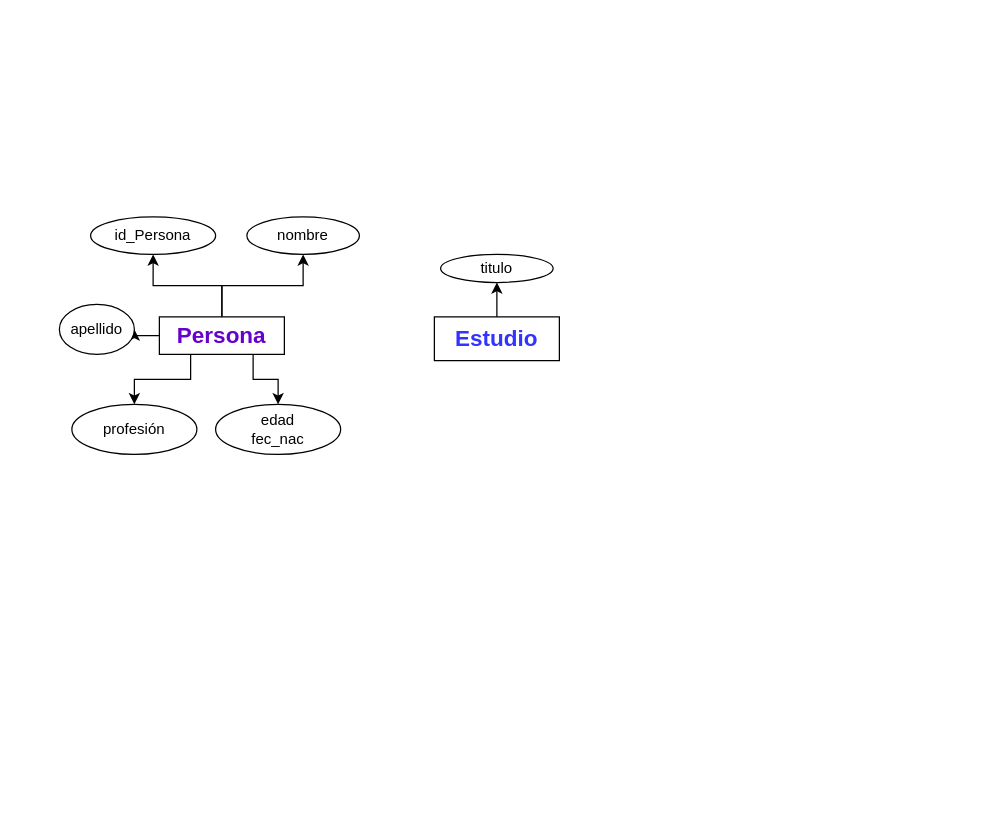
Above: Untitled Diagram.drawio in dhtarnowski/Portfolio (draw.io), before the change. Source tidied: cells renumbered, new cells numbered last; positions are measured from the earlier drawing's top-left corner, leaving out a move shared by most shapes. Both pictures are drawn from the tidied source at 125%, with x=0, y=0 at pixel (59, 216).
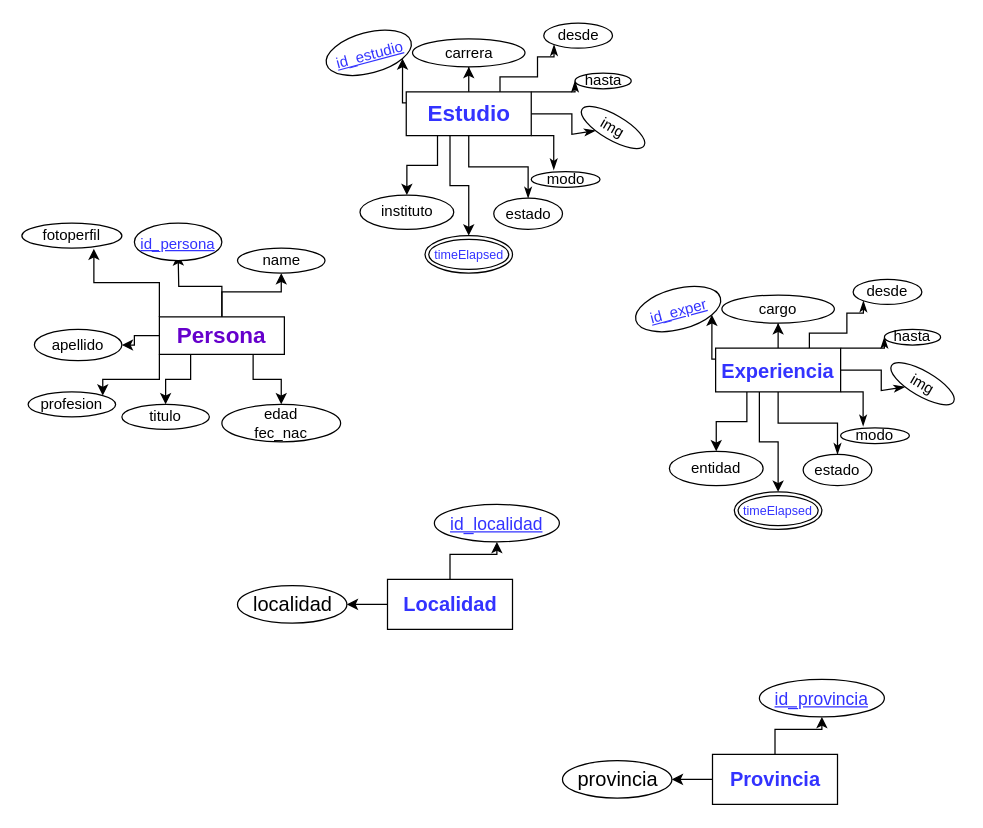
Above is the later version.

Unchanged cells that the change refers to:
```xml
<mxCell id="7" value="&lt;h2&gt;&lt;font color=&quot;#6600cc&quot;&gt;Persona&lt;/font&gt;&lt;/h2&gt;" style="whiteSpace=wrap;html=1;align=center;" parent="1" vertex="1">
  <mxGeometry x="80" y="80" width="100" height="30" as="geometry" />
</mxCell>
```

Diff of the diagram source:
```diff
@@
-    <mxCell id="2" style="edgeStyle=orthogonalEdgeStyle;rounded=0;jettySize=auto;html=1;fontColor=#6600CC;" parent="1" edge="1" source="7" target="8">
-      <mxGeometry relative="1" as="geometry" />
+    <mxCell id="2" style="edgeStyle=orthogonalEdgeStyle;rounded=0;jettySize=auto;html=1;fontColor=#6600CC;" parent="1" edge="1" source="7">
+      <mxGeometry relative="1" as="geometry">
+        <mxPoint x="95" y="30" as="targetPoint" />
+      </mxGeometry>
     </mxCell>
@@
+    <mxCell id="16" style="edgeStyle=orthogonalEdgeStyle;rounded=0;jettySize=auto;html=1;exitX=0;exitY=0;exitDx=0;exitDy=0;entryX=0.72;entryY=1.028;entryDx=0;entryDy=0;entryPerimeter=0;fontSize=18;fontColor=#3333FF;" parent="1" edge="1" source="7" target="24">
+      <mxGeometry relative="1" as="geometry" />
+    </mxCell>
+    <mxCell id="17" style="edgeStyle=orthogonalEdgeStyle;rounded=0;jettySize=auto;html=1;exitX=0;exitY=1;exitDx=0;exitDy=0;entryX=1;entryY=0;entryDx=0;entryDy=0;fontSize=18;fontColor=#3333FF;" parent="1" edge="1" source="7" target="25">
+      <mxGeometry relative="1" as="geometry">
+        <Array as="points">
+          <mxPoint x="80" y="130" />
+          <mxPoint x="35" y="130" />
+        </Array>
+      </mxGeometry>
+    </mxCell>
@@
-    <mxCell id="8" value="id_Persona" style="ellipse;whiteSpace=wrap;html=1;" parent="1" vertex="1">
-      <mxGeometry x="25" width="100" height="30" as="geometry" />
-    </mxCell>
-    <mxCell id="9" value="nombre" style="ellipse;whiteSpace=wrap;html=1;" parent="1" vertex="1">
-      <mxGeometry x="150" width="90" height="30" as="geometry" />
+    <mxCell id="9" value="name" style="ellipse;whiteSpace=wrap;html=1;" parent="1" vertex="1">
+      <mxGeometry x="142.5" y="25" width="70" height="20" as="geometry" />
     </mxCell>
     <mxCell id="10" value="apellido" style="ellipse;whiteSpace=wrap;html=1;" parent="1" vertex="1">
-      <mxGeometry y="70" width="60" height="40" as="geometry" />
+      <mxGeometry x="-20" y="90" width="70" height="25" as="geometry" />
     </mxCell>
-    <mxCell id="11" value="&lt;font color=&quot;#000000&quot;&gt;profesión&lt;/font&gt;" style="ellipse;whiteSpace=wrap;html=1;align=center;fontColor=#6600CC;" parent="1" vertex="1">
-      <mxGeometry x="10" y="150" width="100" height="40" as="geometry" />
+    <mxCell id="11" value="&lt;font color=&quot;#000000&quot;&gt;titulo&lt;/font&gt;" style="ellipse;whiteSpace=wrap;html=1;align=center;fontColor=#6600CC;" parent="1" vertex="1">
+      <mxGeometry x="50" y="150" width="70" height="20" as="geometry" />
     </mxCell>
     <mxCell id="12" value="edad&lt;br&gt;fec_nac" style="ellipse;whiteSpace=wrap;html=1;align=center;fontColor=#000000;" parent="1" vertex="1">
-      <mxGeometry x="125" y="150" width="100" height="40" as="geometry" />
+      <mxGeometry x="130" y="150" width="95" height="30" as="geometry" />
     </mxCell>
@@
+    <mxCell id="18" style="edgeStyle=orthogonalEdgeStyle;rounded=0;jettySize=auto;html=1;exitX=0;exitY=0.25;exitDx=0;exitDy=0;entryX=1;entryY=1;entryDx=0;entryDy=0;fontSize=12;fontColor=#3333FF;" parent="1" edge="1" source="14" target="28">
+      <mxGeometry relative="1" as="geometry" />
+    </mxCell>
+    <mxCell id="19" style="edgeStyle=orthogonalEdgeStyle;rounded=0;jettySize=auto;html=1;exitX=0.25;exitY=1;exitDx=0;exitDy=0;fontSize=12;fontColor=#3333FF;" parent="1" edge="1" source="14" target="26">
+      <mxGeometry relative="1" as="geometry" />
+    </mxCell>
+    <mxCell id="20" style="edgeStyle=orthogonalEdgeStyle;rounded=0;jettySize=auto;html=1;fontSize=12;fontColor=#3333FF;startArrow=none;startFill=0;endArrow=classicThin;endFill=1;" parent="1" edge="1" source="14" target="31">
+      <mxGeometry relative="1" as="geometry" />
+    </mxCell>
+    <mxCell id="21" style="edgeStyle=orthogonalEdgeStyle;rounded=0;jettySize=auto;html=1;exitX=0.75;exitY=0;exitDx=0;exitDy=0;fontSize=12;fontColor=#3333FF;startArrow=none;startFill=0;endArrow=classicThin;endFill=1;entryX=0;entryY=1;entryDx=0;entryDy=0;" parent="1" edge="1" source="14" target="32">
+      <mxGeometry relative="1" as="geometry">
+        <Array as="points">
+          <mxPoint x="352.5" y="-112" />
+          <mxPoint x="382.5" y="-112" />
+          <mxPoint x="382.5" y="-128" />
+        </Array>
+      </mxGeometry>
+    </mxCell>
+    <mxCell id="22" style="edgeStyle=orthogonalEdgeStyle;rounded=0;jettySize=auto;html=1;exitX=1;exitY=0;exitDx=0;exitDy=0;entryX=0;entryY=0.5;entryDx=0;entryDy=0;fontSize=12;fontColor=#3333FF;startArrow=none;startFill=0;endArrow=classicThin;endFill=1;" parent="1" edge="1" source="14" target="33">
+      <mxGeometry relative="1" as="geometry" />
+    </mxCell>
+    <mxCell id="23" style="edgeStyle=orthogonalEdgeStyle;rounded=0;jettySize=auto;html=1;exitX=1;exitY=1;exitDx=0;exitDy=0;entryX=0.327;entryY=-0.115;entryDx=0;entryDy=0;entryPerimeter=0;fontSize=12;fontColor=#3333FF;startArrow=none;startFill=0;endArrow=classicThin;endFill=1;" parent="1" edge="1" source="14" target="34">
+      <mxGeometry relative="1" as="geometry" />
+    </mxCell>
     <mxCell id="14" value="&lt;font color=&quot;#3333ff&quot; style=&quot;font-size: 18px&quot;&gt;&lt;b&gt;Estudio&lt;/b&gt;&lt;/font&gt;" style="whiteSpace=wrap;html=1;align=center;fontColor=#000000;" parent="1" vertex="1">
-      <mxGeometry x="300" y="80" width="100" height="35" as="geometry" />
+      <mxGeometry x="277.5" y="-100" width="100" height="35" as="geometry" />
     </mxCell>
-    <mxCell id="15" value="titulo" style="ellipse;whiteSpace=wrap;html=1;fontColor=#000000;" parent="1" vertex="1">
-      <mxGeometry x="305" y="30" width="90" height="22.5" as="geometry" />
+    <mxCell id="15" value="carrera" style="ellipse;whiteSpace=wrap;html=1;fontColor=#000000;" parent="1" vertex="1">
+      <mxGeometry x="282.5" y="-142.5" width="90" height="22.5" as="geometry" />
     </mxCell>
+    <mxCell id="24" value="fotoperfil" style="ellipse;whiteSpace=wrap;html=1;" parent="1" vertex="1">
+      <mxGeometry x="-30" y="5" width="80" height="20" as="geometry" />
+    </mxCell>
+    <mxCell id="25" value="&lt;font color=&quot;#000000&quot;&gt;profesion&lt;/font&gt;" style="ellipse;whiteSpace=wrap;html=1;align=center;fontColor=#6600CC;" parent="1" vertex="1">
+      <mxGeometry x="-25" y="140" width="70" height="20" as="geometry" />
+    </mxCell>
+    <mxCell id="26" value="instituto" style="ellipse;whiteSpace=wrap;html=1;fontColor=#000000;" parent="1" vertex="1">
+      <mxGeometry x="240.5" y="-17.5" width="75" height="27.5" as="geometry" />
+    </mxCell>
+    <mxCell id="27" value="&lt;font style=&quot;font-size: 12px&quot;&gt;id_persona&lt;/font&gt;" style="ellipse;whiteSpace=wrap;html=1;align=center;fontStyle=4;fontSize=18;fontColor=#3333FF;" parent="1" vertex="1">
+      <mxGeometry x="60" y="5" width="70" height="30" as="geometry" />
+    </mxCell>
+    <mxCell id="28" value="&lt;font style=&quot;font-size: 12px&quot;&gt;id_estudio&lt;/font&gt;" style="ellipse;whiteSpace=wrap;html=1;align=center;fontStyle=4;fontSize=18;fontColor=#3333FF;rotation=-15;" parent="1" vertex="1">
+      <mxGeometry x="212.5" y="-147.5" width="70" height="32.5" as="geometry" />
+    </mxCell>
+    <mxCell id="29" value="img" style="ellipse;whiteSpace=wrap;html=1;fontColor=#000000;rotation=30;" parent="1" vertex="1">
+      <mxGeometry x="414.2" y="-81.5" width="57.5" height="20" as="geometry" />
+    </mxCell>
+    <mxCell id="30" style="edgeStyle=orthogonalEdgeStyle;rounded=0;jettySize=auto;html=1;exitX=1;exitY=0.5;exitDx=0;exitDy=0;fontSize=12;fontColor=#3333FF;endArrow=classicThin;startArrow=none;startFill=0;endFill=1;" parent="1" edge="1" source="14" target="29">
+      <mxGeometry relative="1" as="geometry">
+        <Array as="points">
+          <mxPoint x="410" y="-82" />
+          <mxPoint x="410" y="-66" />
+        </Array>
+      </mxGeometry>
+    </mxCell>
+    <mxCell id="31" value="estado" style="ellipse;whiteSpace=wrap;html=1;fontColor=#000000;" parent="1" vertex="1">
+      <mxGeometry x="347.5" y="-15" width="55" height="25" as="geometry" />
+    </mxCell>
+    <mxCell id="32" value="desde" style="ellipse;whiteSpace=wrap;html=1;fontColor=#000000;" parent="1" vertex="1">
+      <mxGeometry x="387.5" y="-155" width="55" height="20" as="geometry" />
+    </mxCell>
+    <mxCell id="33" value="hasta" style="ellipse;whiteSpace=wrap;html=1;fontColor=#000000;" parent="1" vertex="1">
+      <mxGeometry x="412.5" y="-115" width="45" height="12.5" as="geometry" />
+    </mxCell>
+    <mxCell id="34" value="modo" style="ellipse;whiteSpace=wrap;html=1;fontColor=#000000;" parent="1" vertex="1">
+      <mxGeometry x="377.5" y="-36.2" width="55" height="12.5" as="geometry" />
+    </mxCell>
+    <mxCell id="35" style="edgeStyle=orthogonalEdgeStyle;rounded=0;jettySize=auto;html=1;exitX=0.5;exitY=0;exitDx=0;exitDy=0;entryX=0.35;entryY=1;entryDx=0;entryDy=0;entryPerimeter=0;fontSize=10;fontColor=#3333FF;startArrow=classic;startFill=1;endArrow=none;endFill=0;" parent="1" edge="1" source="36" target="14">
+      <mxGeometry relative="1" as="geometry" />
+    </mxCell>
+    <mxCell id="36" value="&lt;font style=&quot;font-size: 10px&quot;&gt;timeElapsed&lt;/font&gt;" style="ellipse;shape=doubleEllipse;margin=3;whiteSpace=wrap;html=1;align=center;fontSize=12;fontColor=#3333FF;" parent="1" vertex="1">
+      <mxGeometry x="292.5" y="15" width="70" height="30" as="geometry" />
+    </mxCell>
+    <mxCell id="37" style="edgeStyle=orthogonalEdgeStyle;rounded=0;jettySize=auto;html=1;fontSize=18;fontColor=#3333FF;" parent="1" edge="1" source="44" target="45">
+      <mxGeometry relative="1" as="geometry" />
+    </mxCell>
+    <mxCell id="38" style="edgeStyle=orthogonalEdgeStyle;rounded=0;jettySize=auto;html=1;exitX=0;exitY=0.25;exitDx=0;exitDy=0;entryX=1;entryY=1;entryDx=0;entryDy=0;fontSize=12;fontColor=#3333FF;" parent="1" edge="1" source="44" target="47">
+      <mxGeometry relative="1" as="geometry" />
+    </mxCell>
+    <mxCell id="39" style="edgeStyle=orthogonalEdgeStyle;rounded=0;jettySize=auto;html=1;exitX=0.25;exitY=1;exitDx=0;exitDy=0;fontSize=12;fontColor=#3333FF;" parent="1" edge="1" source="44" target="46">
+      <mxGeometry relative="1" as="geometry" />
+    </mxCell>
+    <mxCell id="40" style="edgeStyle=orthogonalEdgeStyle;rounded=0;jettySize=auto;html=1;fontSize=12;fontColor=#3333FF;startArrow=none;startFill=0;endArrow=classicThin;endFill=1;" parent="1" edge="1" source="44" target="50">
+      <mxGeometry relative="1" as="geometry" />
+    </mxCell>
+    <mxCell id="41" style="edgeStyle=orthogonalEdgeStyle;rounded=0;jettySize=auto;html=1;exitX=0.75;exitY=0;exitDx=0;exitDy=0;fontSize=12;fontColor=#3333FF;startArrow=none;startFill=0;endArrow=classicThin;endFill=1;entryX=0;entryY=1;entryDx=0;entryDy=0;" parent="1" edge="1" source="44" target="51">
+      <mxGeometry relative="1" as="geometry">
+        <Array as="points">
+          <mxPoint x="600" y="93" />
+          <mxPoint x="630" y="93" />
+          <mxPoint x="630" y="77" />
+        </Array>
+      </mxGeometry>
+    </mxCell>
+    <mxCell id="42" style="edgeStyle=orthogonalEdgeStyle;rounded=0;jettySize=auto;html=1;exitX=1;exitY=0;exitDx=0;exitDy=0;entryX=0;entryY=0.5;entryDx=0;entryDy=0;fontSize=12;fontColor=#3333FF;startArrow=none;startFill=0;endArrow=classicThin;endFill=1;" parent="1" edge="1" source="44" target="52">
+      <mxGeometry relative="1" as="geometry" />
+    </mxCell>
+    <mxCell id="43" style="edgeStyle=orthogonalEdgeStyle;rounded=0;jettySize=auto;html=1;exitX=1;exitY=1;exitDx=0;exitDy=0;entryX=0.327;entryY=-0.115;entryDx=0;entryDy=0;entryPerimeter=0;fontSize=12;fontColor=#3333FF;startArrow=none;startFill=0;endArrow=classicThin;endFill=1;" parent="1" edge="1" source="44" target="53">
+      <mxGeometry relative="1" as="geometry" />
+    </mxCell>
+    <mxCell id="44" value="&lt;font color=&quot;#3333ff&quot; size=&quot;1&quot;&gt;&lt;b style=&quot;font-size: 16px&quot;&gt;Experiencia&lt;/b&gt;&lt;/font&gt;" style="whiteSpace=wrap;html=1;align=center;fontColor=#000000;" parent="1" vertex="1">
+      <mxGeometry x="525" y="105" width="100" height="35" as="geometry" />
+    </mxCell>
+    <mxCell id="45" value="cargo" style="ellipse;whiteSpace=wrap;html=1;fontColor=#000000;" parent="1" vertex="1">
+      <mxGeometry x="530" y="62.5" width="90" height="22.5" as="geometry" />
+    </mxCell>
+    <mxCell id="46" value="entidad" style="ellipse;whiteSpace=wrap;html=1;fontColor=#000000;" parent="1" vertex="1">
+      <mxGeometry x="488" y="187.5" width="75" height="27.5" as="geometry" />
+    </mxCell>
+    <mxCell id="47" value="&lt;font style=&quot;font-size: 12px&quot;&gt;id_exper&lt;/font&gt;" style="ellipse;whiteSpace=wrap;html=1;align=center;fontStyle=4;fontSize=18;fontColor=#3333FF;rotation=-15;" parent="1" vertex="1">
+      <mxGeometry x="460" y="57.5" width="70" height="32.5" as="geometry" />
+    </mxCell>
+    <mxCell id="48" value="img" style="ellipse;whiteSpace=wrap;html=1;fontColor=#000000;rotation=30;" parent="1" vertex="1">
+      <mxGeometry x="661.8" y="123.5" width="57.5" height="20" as="geometry" />
+    </mxCell>
+    <mxCell id="49" style="edgeStyle=orthogonalEdgeStyle;rounded=0;jettySize=auto;html=1;exitX=1;exitY=0.5;exitDx=0;exitDy=0;fontSize=12;fontColor=#3333FF;endArrow=classicThin;startArrow=none;startFill=0;endFill=1;" parent="1" edge="1" source="44" target="48">
+      <mxGeometry relative="1" as="geometry">
+        <Array as="points">
+          <mxPoint x="657.5" y="123" />
+          <mxPoint x="657.5" y="139" />
+        </Array>
+      </mxGeometry>
+    </mxCell>
+    <mxCell id="50" value="estado" style="ellipse;whiteSpace=wrap;html=1;fontColor=#000000;" parent="1" vertex="1">
+      <mxGeometry x="595" y="190" width="55" height="25" as="geometry" />
+    </mxCell>
+    <mxCell id="51" value="desde" style="ellipse;whiteSpace=wrap;html=1;fontColor=#000000;" parent="1" vertex="1">
+      <mxGeometry x="635" y="50" width="55" height="20" as="geometry" />
+    </mxCell>
+    <mxCell id="52" value="hasta" style="ellipse;whiteSpace=wrap;html=1;fontColor=#000000;" parent="1" vertex="1">
+      <mxGeometry x="660" y="90" width="45" height="12.5" as="geometry" />
+    </mxCell>
+    <mxCell id="53" value="modo" style="ellipse;whiteSpace=wrap;html=1;fontColor=#000000;" parent="1" vertex="1">
+      <mxGeometry x="625" y="168.8" width="55" height="12.5" as="geometry" />
+    </mxCell>
+    <mxCell id="54" style="edgeStyle=orthogonalEdgeStyle;rounded=0;jettySize=auto;html=1;exitX=0.5;exitY=0;exitDx=0;exitDy=0;entryX=0.35;entryY=1;entryDx=0;entryDy=0;entryPerimeter=0;fontSize=10;fontColor=#3333FF;startArrow=classic;startFill=1;endArrow=none;endFill=0;" parent="1" edge="1" source="55" target="44">
+      <mxGeometry relative="1" as="geometry" />
+    </mxCell>
+    <mxCell id="55" value="&lt;font style=&quot;font-size: 10px&quot;&gt;timeElapsed&lt;/font&gt;" style="ellipse;shape=doubleEllipse;margin=3;whiteSpace=wrap;html=1;align=center;fontSize=12;fontColor=#3333FF;" parent="1" vertex="1">
+      <mxGeometry x="540" y="220" width="70" height="30" as="geometry" />
+    </mxCell>
+    <mxCell id="56" style="edgeStyle=orthogonalEdgeStyle;rounded=0;jettySize=auto;html=1;exitX=0.5;exitY=0;exitDx=0;exitDy=0;fontSize=14;fontColor=#3333FF;startArrow=none;startFill=0;endArrow=classic;endFill=1;" parent="1" edge="1" source="58" target="59">
+      <mxGeometry relative="1" as="geometry" />
+    </mxCell>
+    <mxCell id="57" style="edgeStyle=orthogonalEdgeStyle;rounded=0;jettySize=auto;html=1;fontSize=14;fontColor=#3333FF;startArrow=none;startFill=0;endArrow=classic;endFill=1;" parent="1" edge="1" source="58" target="60">
+      <mxGeometry relative="1" as="geometry" />
+    </mxCell>
+    <mxCell id="58" value="&lt;b&gt;Localidad&lt;/b&gt;" style="whiteSpace=wrap;html=1;align=center;fontSize=16;fontColor=#3333FF;" parent="1" vertex="1">
+      <mxGeometry x="262.5" y="290" width="100" height="40" as="geometry" />
+    </mxCell>
+    <mxCell id="59" value="&lt;font style=&quot;font-size: 14px&quot;&gt;id_localidad&lt;/font&gt;" style="ellipse;whiteSpace=wrap;html=1;align=center;fontStyle=4;fontSize=16;fontColor=#3333FF;" parent="1" vertex="1">
+      <mxGeometry x="300" y="230" width="100" height="30" as="geometry" />
+    </mxCell>
+    <mxCell id="60" value="&lt;font color=&quot;#000000&quot;&gt;localidad&lt;/font&gt;" style="ellipse;whiteSpace=wrap;html=1;fontSize=16;fontColor=#3333FF;" parent="1" vertex="1">
+      <mxGeometry x="142.5" y="295" width="87.5" height="30" as="geometry" />
+    </mxCell>
+    <mxCell id="61" style="edgeStyle=orthogonalEdgeStyle;rounded=0;jettySize=auto;html=1;exitX=0.5;exitY=0;exitDx=0;exitDy=0;fontSize=14;fontColor=#3333FF;startArrow=none;startFill=0;endArrow=classic;endFill=1;" parent="1" edge="1" source="63" target="64">
+      <mxGeometry relative="1" as="geometry" />
+    </mxCell>
+    <mxCell id="62" style="edgeStyle=orthogonalEdgeStyle;rounded=0;jettySize=auto;html=1;fontSize=14;fontColor=#3333FF;startArrow=none;startFill=0;endArrow=classic;endFill=1;" parent="1" edge="1" source="63" target="65">
+      <mxGeometry relative="1" as="geometry" />
+    </mxCell>
+    <mxCell id="63" value="&lt;b&gt;Provincia&lt;/b&gt;" style="whiteSpace=wrap;html=1;align=center;fontSize=16;fontColor=#3333FF;" parent="1" vertex="1">
+      <mxGeometry x="522.5" y="430" width="100" height="40" as="geometry" />
+    </mxCell>
+    <mxCell id="64" value="&lt;font style=&quot;font-size: 14px&quot;&gt;id_provincia&lt;/font&gt;" style="ellipse;whiteSpace=wrap;html=1;align=center;fontStyle=4;fontSize=16;fontColor=#3333FF;" parent="1" vertex="1">
+      <mxGeometry x="560" y="370" width="100" height="30" as="geometry" />
+    </mxCell>
+    <mxCell id="65" value="&lt;font color=&quot;#000000&quot;&gt;provincia&lt;/font&gt;" style="ellipse;whiteSpace=wrap;html=1;fontSize=16;fontColor=#3333FF;" parent="1" vertex="1">
+      <mxGeometry x="402.5" y="435" width="87.5" height="30" as="geometry" />
+    </mxCell>
```
